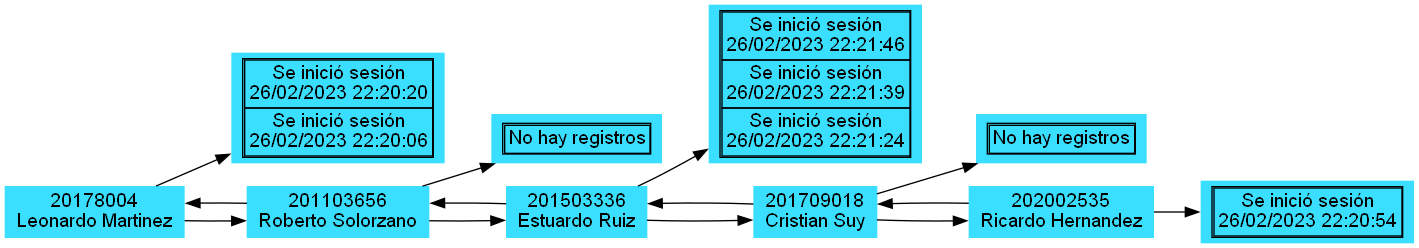
robinbuezo11/EDD_1S2023_PY_201944994 keeps this Graphviz diagram as EDD_Proyecto1_Fase1/Estudiantes(Doble Enlazada).png. Above is the earlier version. Its source is kept beside it as EDD_Proyecto1_Fase1/Estudiantes(Doble Enlazada).dot.
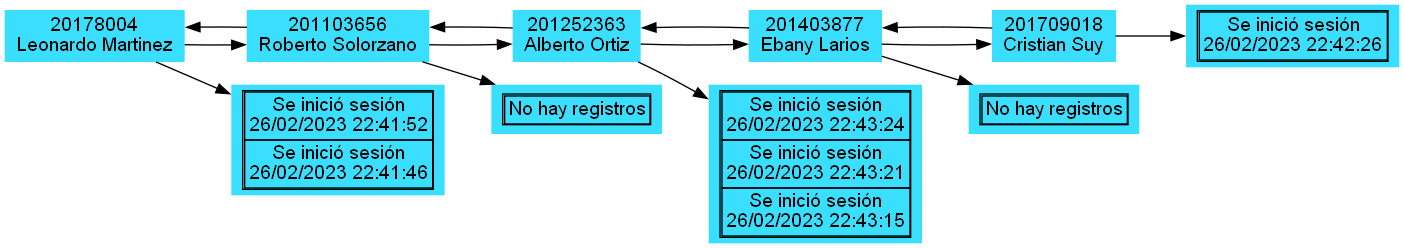
The same file after the commit.

Change to the diagram source:
```diff
@@ -2,18 +2,18 @@
 node[shape=rectangle style=filled pencolor="#00000" color="#3ADEFF" fontname="Helvetica,Arial"];
 rankdir=LR;
 N0[label="20178004\nLeonardo Martinez"];
-B0[label=<<table cellspacing="0"><tr><td>Se inició sesión<br/>26/02/2023 22:20:20</td></tr>
-<tr><td>Se inició sesión<br/>26/02/2023 22:20:06</td></tr></table>>]
 N1[label="201103656\nRoberto Solorzano"];
+N2[label="201252363\nAlberto Ortiz"];
+N3[label="201403877\nEbany Larios"];
+N4[label="201709018\nCristian Suy"];
+B0[label=<<table cellspacing="0"><tr><td>Se inició sesión<br/>26/02/2023 22:41:52</td></tr>
+<tr><td>Se inició sesión<br/>26/02/2023 22:41:46</td></tr></table>>]
 B1[label=<<table cellspacing="0"><tr><td>No hay registros</td></tr></table>>]
-N2[label="201503336\nEstuardo Ruiz"];
-B2[label=<<table cellspacing="0"><tr><td>Se inició sesión<br/>26/02/2023 22:21:46</td></tr>
-<tr><td>Se inició sesión<br/>26/02/2023 22:21:39</td></tr>
-<tr><td>Se inició sesión<br/>26/02/2023 22:21:24</td></tr></table>>]
-N3[label="201709018\nCristian Suy"];
+B2[label=<<table cellspacing="0"><tr><td>Se inició sesión<br/>26/02/2023 22:43:24</td></tr>
+<tr><td>Se inició sesión<br/>26/02/2023 22:43:21</td></tr>
+<tr><td>Se inició sesión<br/>26/02/2023 22:43:15</td></tr></table>>]
 B3[label=<<table cellspacing="0"><tr><td>No hay registros</td></tr></table>>]
-N4[label="202002535\nRicardo Hernandez"];
-B4[label=<<table cellspacing="0"><tr><td>Se inició sesión<br/>26/02/2023 22:20:54</td></tr></table>>]
+B4[label=<<table cellspacing="0"><tr><td>Se inició sesión<br/>26/02/2023 22:42:26</td></tr></table>>]
 N0->N1->N2->N3->N4
 N4->N3->N2->N1->N0
 N0-> B0
```
